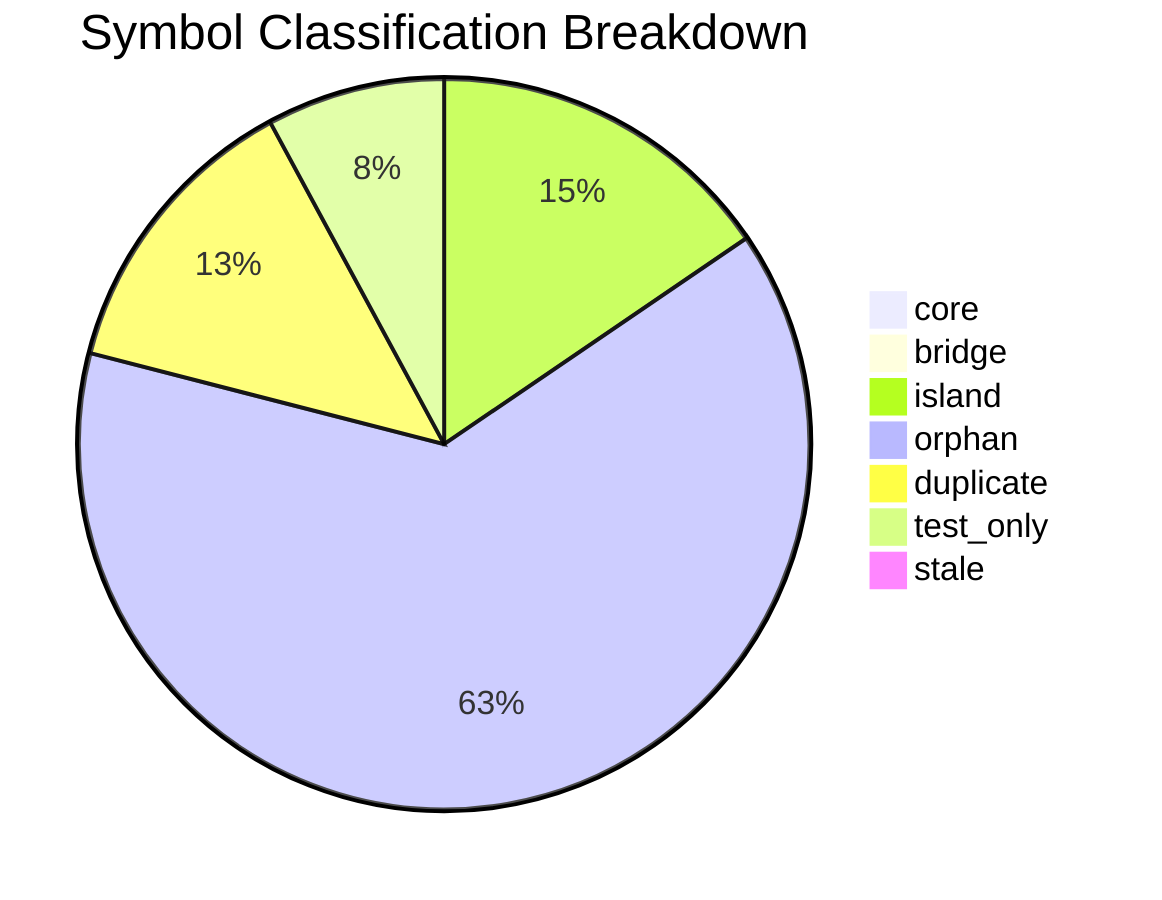
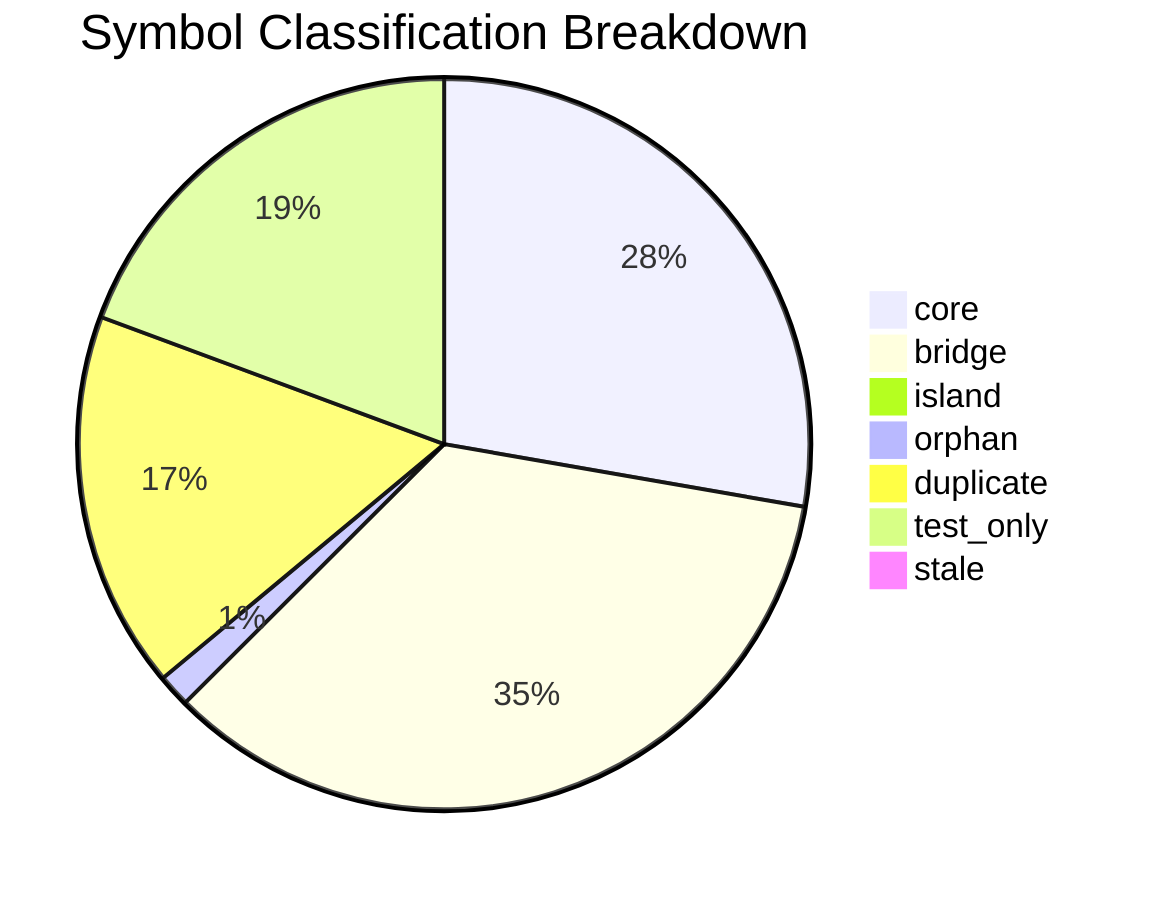
pie title Symbol Classification Breakdown
-   "core" : 151
-   "bridge" : 134
-   "island" : 5600
-   "orphan" : 22982
-   "duplicate" : 4741
-   "test_only" : 2853
+   "core" : 4124
+   "bridge" : 5169
+   "island" : 17
+   "orphan" : 215
+   "duplicate" : 2481
+   "test_only" : 2877
  "stale" : 0
